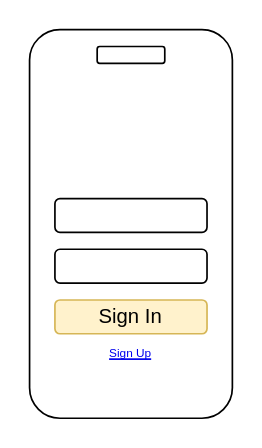
The draw.io diagram Untitled Diagram.drawio in denitsanp/hybridapps, before the edit. Source tidied: cells renumbered, new cells numbered last; positions are measured from the earlier drawing's top-left corner, leaving out a move shared by most shapes. Both pictures are drawn from the tidied source at 169%, with x=0, y=0 at pixel (29, 29).
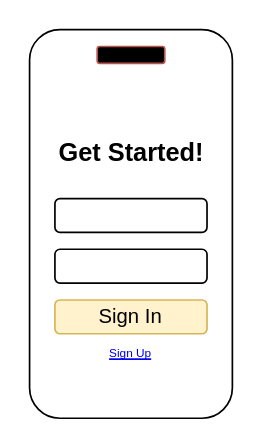
After the change.

What changed in the source:
```diff
@@
 <mxGraphModel>
   <root>
     <mxCell id="0" />
     <mxCell id="1" parent="0" />
     <mxCell id="2" style="rounded=1;whiteSpace=wrap;html=1;" parent="1" vertex="1">
       <mxGeometry width="120" height="230" as="geometry" />
     </mxCell>
-    <mxCell id="3" style="rounded=1;whiteSpace=wrap;html=1;" parent="1" vertex="1">
+    <mxCell id="3" style="rounded=1;whiteSpace=wrap;html=1;fillColor=#000000;strokeColor=#b85450;" parent="1" vertex="1">
       <mxGeometry x="40" y="10" width="40" height="10" as="geometry" />
     </mxCell>
     <mxCell id="4" style="rounded=1;whiteSpace=wrap;html=1;" parent="1" vertex="1">
       <mxGeometry x="15" y="100" width="90" height="20" as="geometry" />
     </mxCell>
     <mxCell id="5" style="rounded=1;whiteSpace=wrap;html=1;" parent="1" vertex="1">
       <mxGeometry x="15" y="130" width="90" height="20" as="geometry" />
     </mxCell>
     <mxCell id="6" value="Sign In" style="rounded=1;whiteSpace=wrap;html=1;fillColor=#fff2cc;strokeColor=#d6b656;" parent="1" vertex="1">
       <mxGeometry x="15" y="160" width="90" height="20" as="geometry" />
     </mxCell>
     <mxCell id="7" value="&lt;font style=&quot;font-size: 7px;&quot;&gt;Sign Up&lt;/font&gt;" style="text;html=1;strokeColor=none;fillColor=none;whiteSpace=wrap;align=center;verticalAlign=middle;fontColor=#0000EE;fontStyle=4;" parent="1" vertex="1">
       <mxGeometry x="30" y="170" width="60" height="40" as="geometry" />
     </mxCell>
+    <mxCell id="8" value="&lt;span style=&quot;font-size: 15px;&quot;&gt;Get Started!&lt;/span&gt;" style="text;strokeColor=none;fillColor=none;html=1;fontSize=24;fontStyle=1;verticalAlign=middle;align=center;" parent="1" vertex="1">
+      <mxGeometry x="10" y="50" width="100" height="40" as="geometry" />
+    </mxCell>
   </root>
 </mxGraphModel>
```
